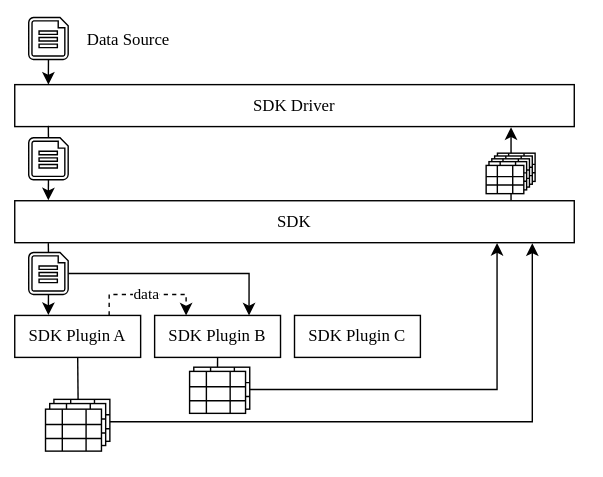
This is documentation/Architecture/.attachments/overview.svg from microsoft/microsoft-performance-toolkit-sdk, a draw.io export, as it was before one commit. Source tidied: cells renumbered, new cells last; positions are measured from the earlier drawing's top-left corner, leaving out a move shared by most shapes.
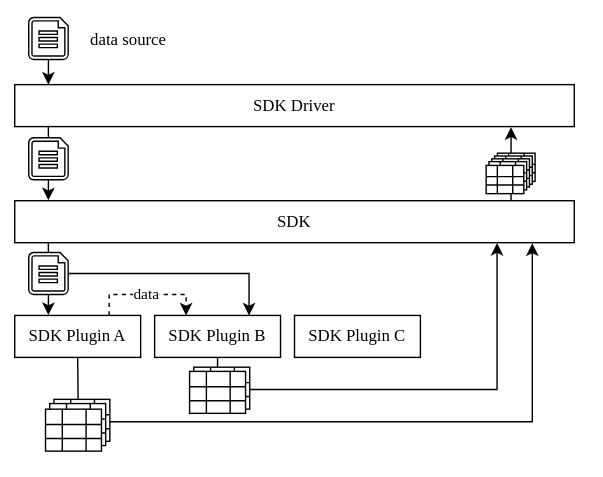
After the change.

Diff of the diagram source:
```diff
@@ -274,7 +274,7 @@
     <mxCell id="88" style="shape=partialRectangle;html=1;whiteSpace=wrap;fillColor=none;top=0;left=0;bottom=0;right=0;overflow=hidden;" parent="85" vertex="1">
       <mxGeometry x="29" width="11" height="9" as="geometry" />
     </mxCell>
-    <mxCell id="89" value="Data Source" style="text;html=1;align=center;verticalAlign=middle;rounded=0;labelBackgroundColor=#ffffff;fontFamily=Lucida Console;" parent="1" vertex="1">
+    <mxCell id="89" value="data source" style="text;html=1;align=center;verticalAlign=middle;rounded=0;labelBackgroundColor=#ffffff;fontFamily=Lucida Console;" parent="1" vertex="1">
       <mxGeometry x="41" y="18" width="100" height="20" as="geometry" />
     </mxCell>
     <mxCell id="90" style="edgeStyle=orthogonalEdgeStyle;rounded=0;jettySize=auto;html=1;exitX=1;exitY=0.5;exitDx=0;exitDy=0;entryX=0.925;entryY=1.016;entryDx=0;entryDy=0;entryPerimeter=0;startArrow=none;startFill=0;endArrow=classic;endFill=1;strokeColor=#000000;" parent="1" edge="1" source="28" target="7">
```
